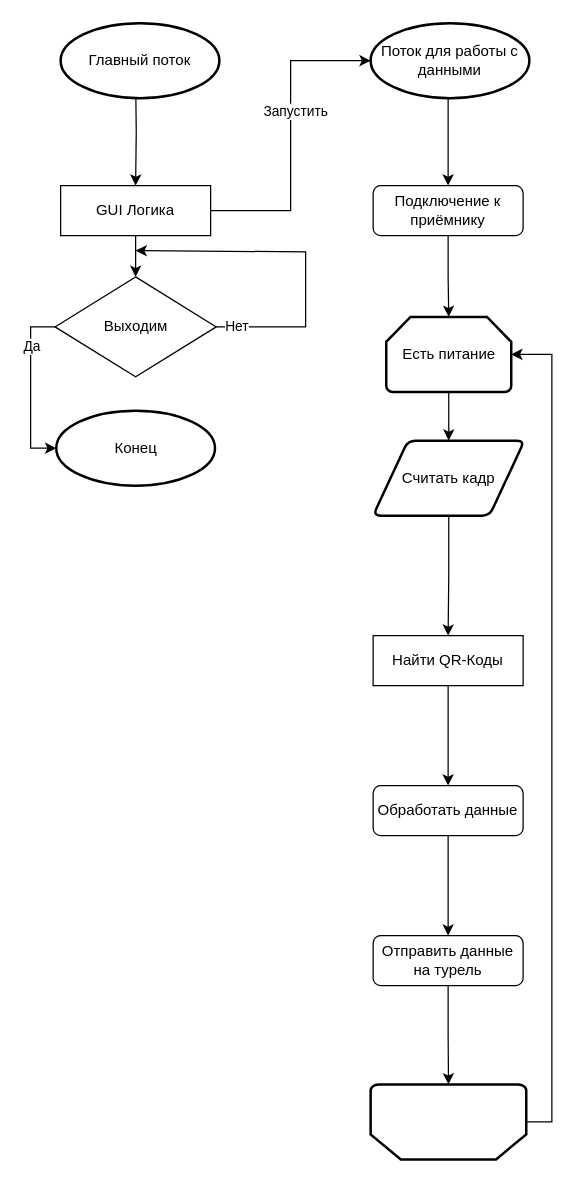
Before: SoftDiagram.drawio in TheEnderOfficial/ArduinoDay-2021, a draw.io diagram. Source tidied: cells renumbered, new cells numbered last; positions are measured from the earlier drawing's top-left corner, leaving out a move shared by most shapes. Both pictures are drawn from the tidied source at 125%, with x=0, y=0 at pixel (30, 22).
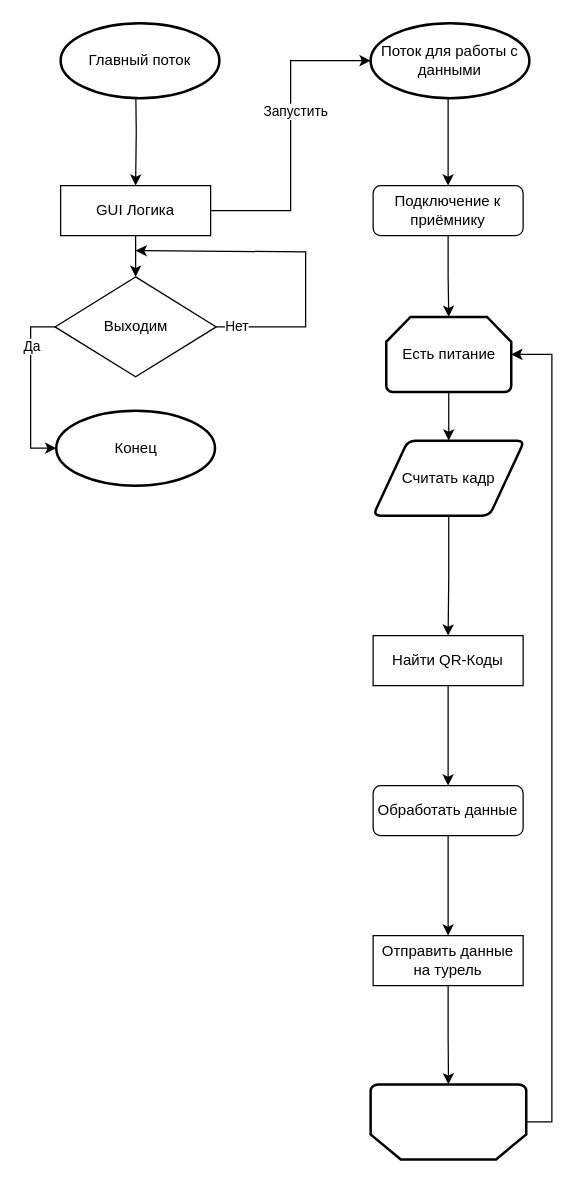
Above is the later version.

The edit, as a diff of the source:
```diff
@@
-    <mxCell id="16" value="Отправить данные на турель" style="rounded=1;whiteSpace=wrap;html=1;fontSize=12;glass=0;strokeWidth=1;shadow=0;" parent="1" vertex="1">
+    <mxCell id="16" value="Отправить данные на турель" style="rounded=0;whiteSpace=wrap;html=1;fontSize=12;glass=0;strokeWidth=1;shadow=0;" parent="1" vertex="1">
       <mxGeometry x="274" y="730" width="120" height="40" as="geometry" />
     </mxCell>
```
